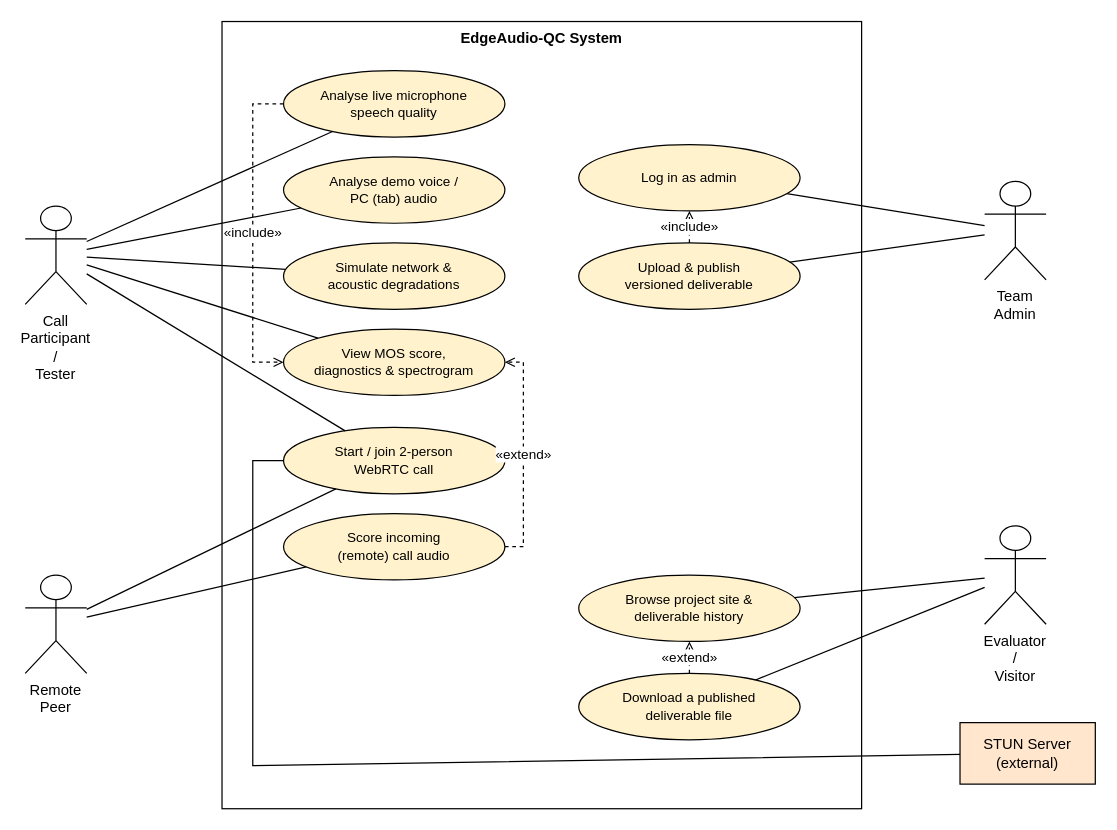
gagandeepkaur75/EdgeAudio keeps this draw.io diagram as docs/diagrams/01_use_case.drawio. Above is the earlier version. Source tidied: cells renumbered, new cells numbered last; positions are measured from the earlier drawing's top-left corner, leaving out a move shared by most shapes. Both pictures are drawn from the tidied source at 123%, with x=0, y=0 at pixel (25, 21).
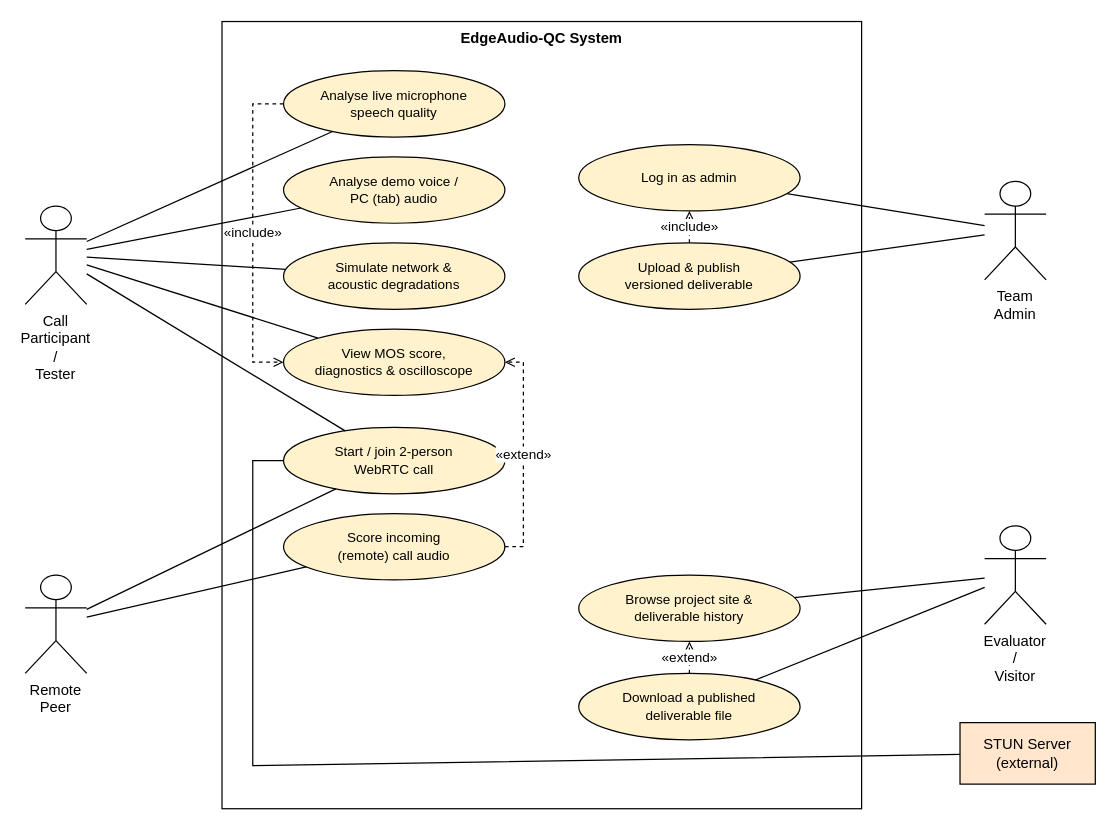
After the change.

Commit message (it also covers changes not shown here):
Correct diagram wording: live oscilloscope instead of spectrogram

Change to the diagram source:
```diff
@@
-    <mxCell id="11" value="View MOS score,&lt;br/&gt;diagnostics &amp;amp; spectrogram" style="ellipse;whiteSpace=wrap;html=1;fontFamily=Helvetica;fontSize=11;fontColor=#000000;strokeColor=#000000;fillColor=#fff2cc;" parent="1" vertex="1">
+    <mxCell id="11" value="View MOS score,&lt;br/&gt;diagnostics &amp;amp; oscilloscope" style="ellipse;whiteSpace=wrap;html=1;fontFamily=Helvetica;fontSize=11;fontColor=#000000;strokeColor=#000000;fillColor=#fff2cc;" parent="1" vertex="1">
       <mxGeometry x="210" y="250" width="180" height="54" as="geometry" />
     </mxCell>
```
